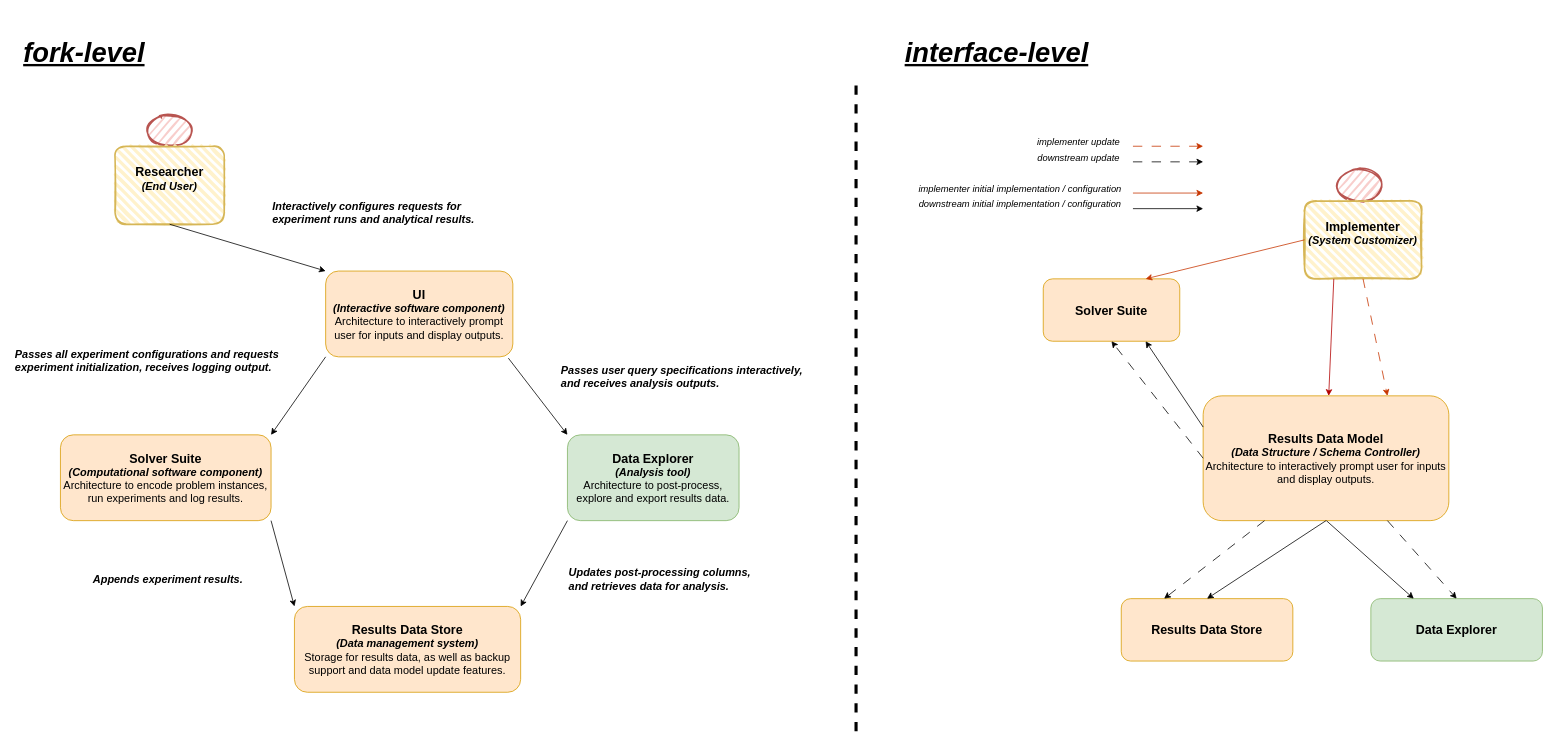
Before: docs/opti-face.drawio in lucawrabetz/opti-face, a draw.io diagram. Source tidied: cells renumbered, new cells numbered last; positions are measured from the earlier drawing's top-left corner, leaving out a move shared by most shapes. Both pictures are drawn from the tidied source at 78%, with x=0, y=0 at pixel (13, 13).
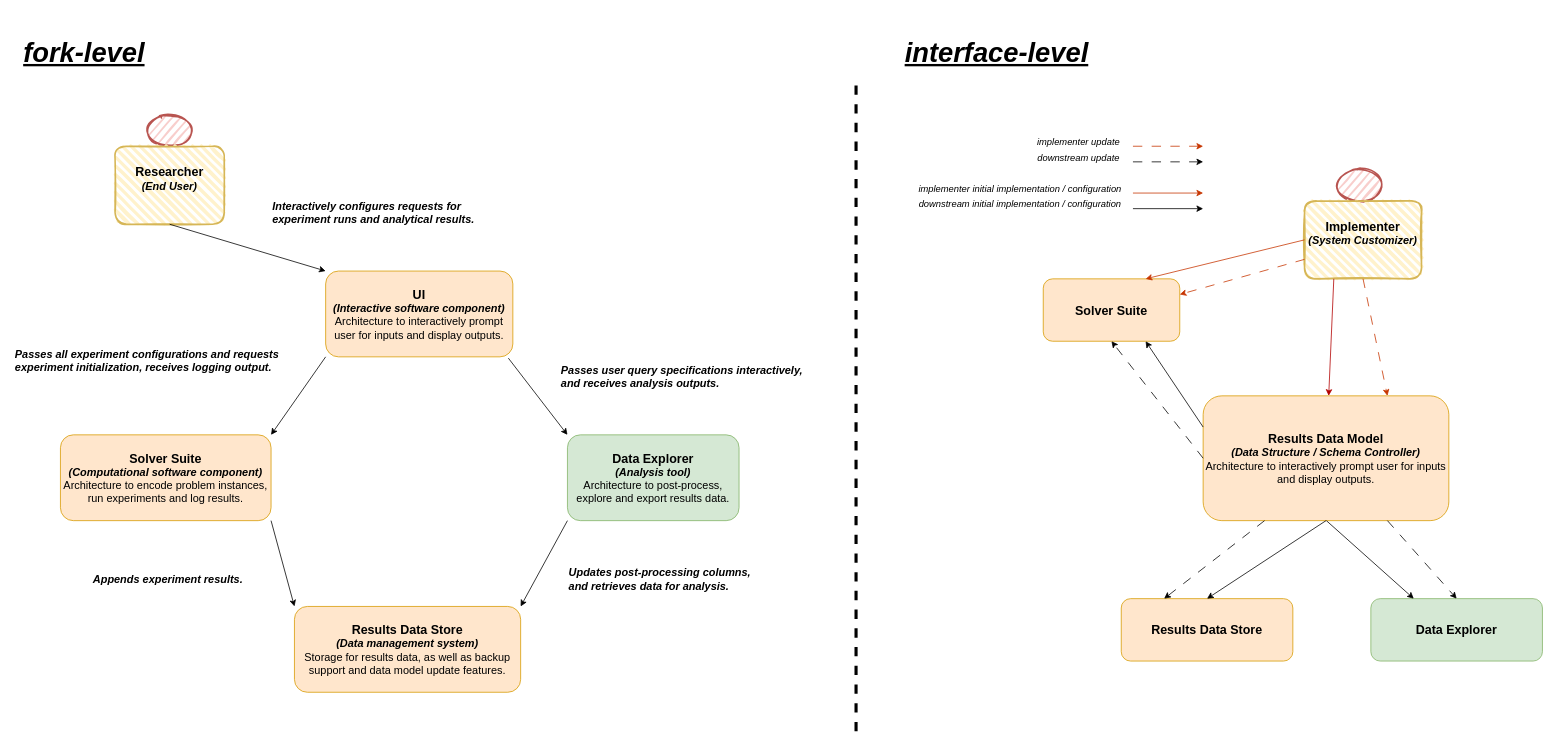
The same diagram, later.

Unchanged cells that the change refers to:
```xml
<mxCell id="22" value="&lt;div&gt;&lt;font size=&quot;3&quot;&gt;&lt;br&gt;&lt;/font&gt;&lt;/div&gt;&lt;div&gt;&lt;font size=&quot;3&quot;&gt;Solver Suite&lt;/font&gt;&lt;/div&gt;&lt;div&gt;&lt;br&gt;&lt;/div&gt;" style="rounded=1;whiteSpace=wrap;html=1;fillColor=#ffe6cc;strokeColor=#d79b00;fontSize=14;fontStyle=1;fillStyle=auto;" parent="1" vertex="1">
  <mxGeometry x="1320" y="340" width="175" height="80" as="geometry" />
</mxCell>
<mxCell id="25" value="&lt;div style=&quot;font-weight: 700;&quot;&gt;&lt;font size=&quot;3&quot;&gt;Implementer&lt;/font&gt;&lt;/div&gt;&lt;div style=&quot;font-size: 14px; font-weight: 700;&quot;&gt;&lt;i&gt;(System Customizer)&lt;/i&gt;&lt;/div&gt;&lt;div style=&quot;font-size: 14px; font-weight: 700;&quot;&gt;&lt;br&gt;&lt;/div&gt;" style="rounded=1;whiteSpace=wrap;html=1;strokeWidth=2;fillWeight=4;hachureGap=8;hachureAngle=45;fillColor=#fff2cc;sketch=1;strokeColor=#d6b656;" parent="23" vertex="1">
  <mxGeometry y="40" width="150" height="100" as="geometry" />
</mxCell>
```

The edit, as a diff of the source:
```diff
@@
+    <mxCell id="46" style="endArrow=classic;html=1;rounded=0;exitX=0;exitY=0.75;exitDx=0;exitDy=0;entryX=1;entryY=0.25;entryDx=0;entryDy=0;dashed=1;dashPattern=12 12;fillColor=#fa6800;strokeColor=#C73500;" parent="1" edge="1" source="25" target="22">
+      <mxGeometry relative="1" as="geometry" />
+    </mxCell>
```
